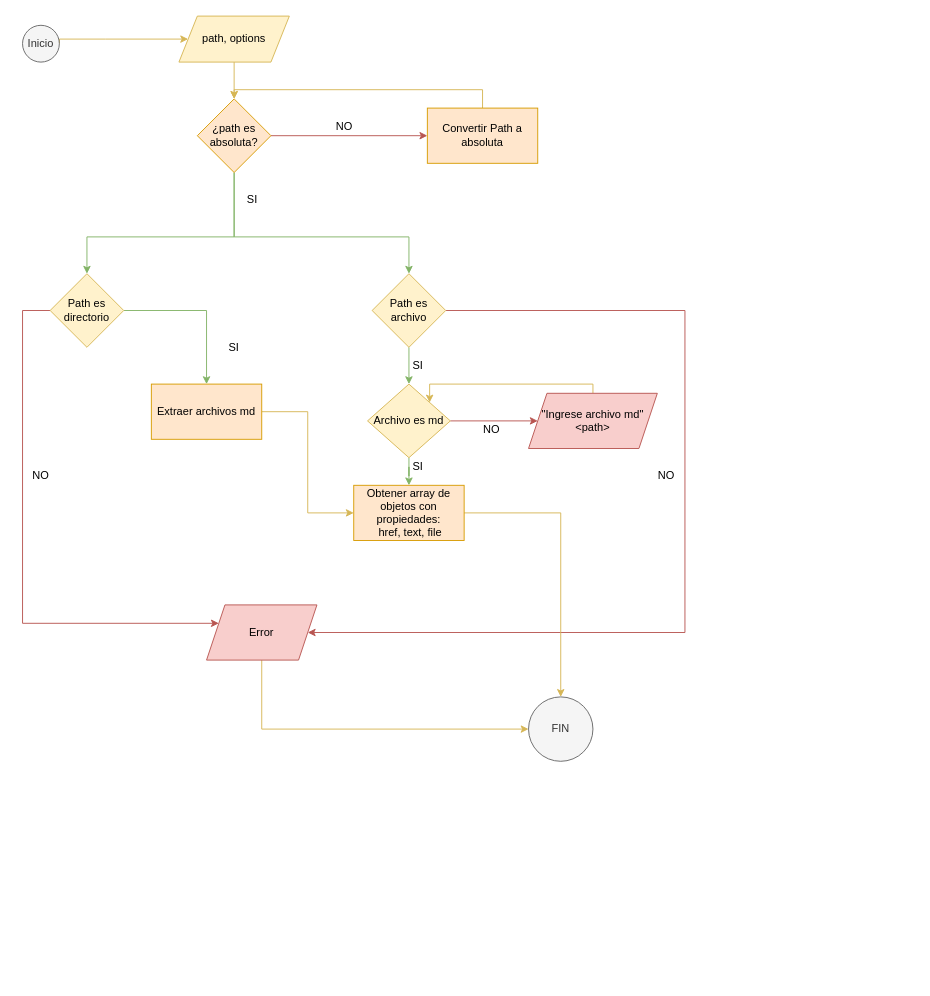
The draw.io diagram Untitled Diagram.drawio in SharonHQ/LIM013-fe-md-links, before the edit. Source tidied: cells renumbered, new cells numbered last; positions are measured from the earlier drawing's top-left corner, leaving out a move shared by most shapes. Both pictures are drawn from the tidied source at 92%, with x=0, y=0 at pixel (22, 16).
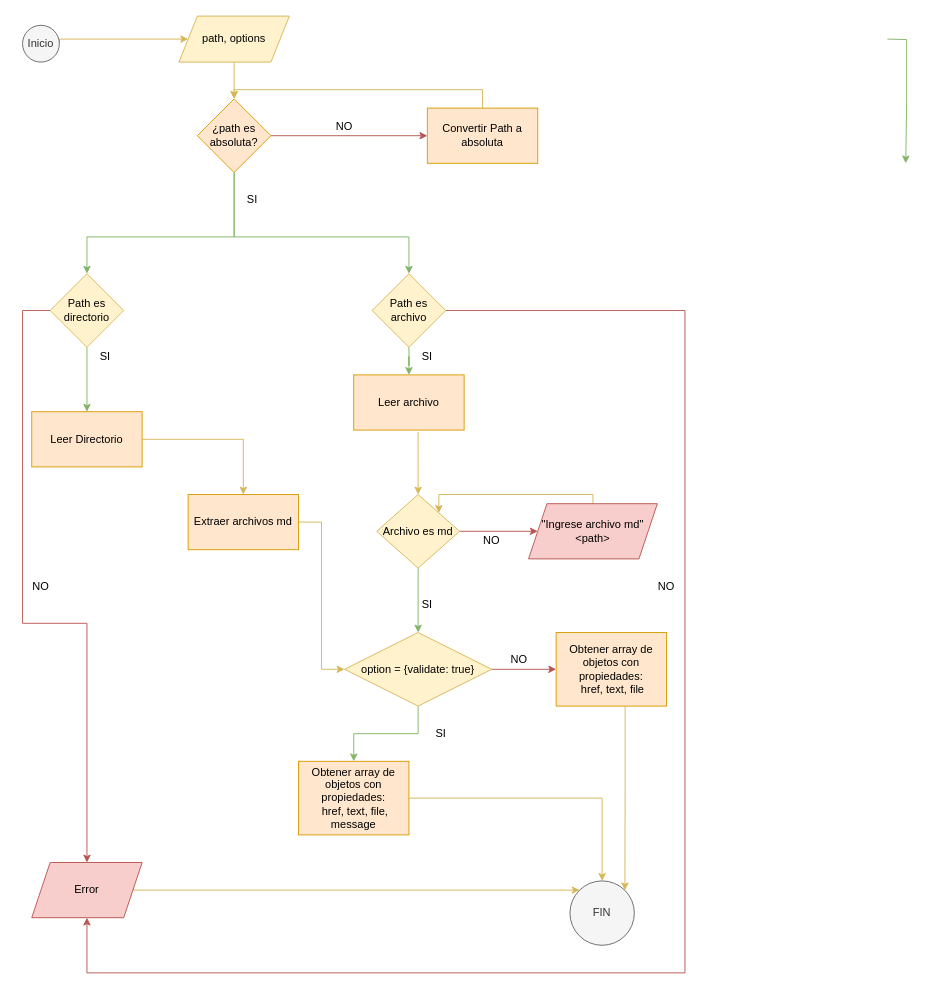
Above is the later version.

The change refers to these unchanged cells:
```xml
<mxCell id="16" value="Path es directorio" style="rhombus;whiteSpace=wrap;html=1;fillColor=#fff2cc;strokeColor=#d6b656;" parent="1" vertex="1">
  <mxGeometry x="30" y="280" width="80" height="80" as="geometry" />
</mxCell>
<mxCell id="19" value="Path es archivo" style="rhombus;whiteSpace=wrap;html=1;fillColor=#fff2cc;strokeColor=#d6b656;" parent="1" vertex="1">
  <mxGeometry x="380" y="280" width="80" height="80" as="geometry" />
</mxCell>
```

Change to the diagram source:
```diff
@@
-    <mxCell id="14" style="edgeStyle=orthogonalEdgeStyle;rounded=0;jettySize=auto;html=1;fillColor=#d5e8d4;strokeColor=#82b366;" parent="1" edge="1" source="16" target="21">
+    <mxCell id="14" style="edgeStyle=orthogonalEdgeStyle;rounded=0;jettySize=auto;html=1;fillColor=#fff2cc;strokeColor=#d6b656;exitX=1;exitY=0.5;exitDx=0;exitDy=0;" parent="1" edge="1" source="40" target="21">
       <mxGeometry relative="1" as="geometry" />
     </mxCell>
-    <mxCell id="15" style="edgeStyle=orthogonalEdgeStyle;rounded=0;jettySize=auto;html=1;exitX=0;exitY=0.5;exitDx=0;exitDy=0;fillColor=#f8cecc;strokeColor=#b85450;" parent="1" edge="1" source="16" target="34">
+    <mxCell id="15" style="edgeStyle=orthogonalEdgeStyle;rounded=0;jettySize=auto;html=1;exitX=0;exitY=0.5;exitDx=0;exitDy=0;fillColor=#f8cecc;strokeColor=#b85450;entryX=0.5;entryY=0;entryDx=0;entryDy=0;" parent="1" edge="1" source="16" target="34">
       <mxGeometry relative="1" as="geometry">
         <Array as="points">
           <mxPoint y="320" />
           <mxPoint y="660" />
+          <mxPoint x="70" y="660" />
         </Array>
       </mxGeometry>
     </mxCell>
+    <mxCell id="38" style="edgeStyle=orthogonalEdgeStyle;rounded=0;jettySize=auto;html=1;fillColor=#d5e8d4;strokeColor=#82b366;" parent="1" edge="1" source="16" target="40">
+      <mxGeometry relative="1" as="geometry" />
+    </mxCell>
@@
-    <mxCell id="17" style="edgeStyle=orthogonalEdgeStyle;rounded=0;jettySize=auto;html=1;entryX=0.5;entryY=0;entryDx=0;entryDy=0;fillColor=#d5e8d4;strokeColor=#82b366;" parent="1" edge="1" source="19" target="24">
+    <mxCell id="17" style="edgeStyle=orthogonalEdgeStyle;rounded=0;jettySize=auto;html=1;entryX=0.5;entryY=0;entryDx=0;entryDy=0;fillColor=#fff2cc;strokeColor=#d6b656;exitX=0.583;exitY=1.033;exitDx=0;exitDy=0;exitPerimeter=0;" parent="1" edge="1" source="41" target="24">
       <mxGeometry relative="1" as="geometry" />
     </mxCell>
-    <mxCell id="18" style="edgeStyle=orthogonalEdgeStyle;rounded=0;jettySize=auto;html=1;entryX=1;entryY=0.5;entryDx=0;entryDy=0;fillColor=#f8cecc;strokeColor=#b85450;" parent="1" edge="1" source="19" target="34">
+    <mxCell id="18" style="edgeStyle=orthogonalEdgeStyle;rounded=0;jettySize=auto;html=1;entryX=0.5;entryY=1;entryDx=0;entryDy=0;fillColor=#f8cecc;strokeColor=#b85450;" parent="1" edge="1" source="19" target="34">
       <mxGeometry relative="1" as="geometry">
         <Array as="points">
           <mxPoint x="720" y="320" />
-          <mxPoint x="720" y="670" />
+          <mxPoint x="720" y="1040" />
+          <mxPoint x="70" y="1040" />
         </Array>
       </mxGeometry>
     </mxCell>
+    <mxCell id="39" style="edgeStyle=orthogonalEdgeStyle;rounded=0;jettySize=auto;html=1;fillColor=#d5e8d4;strokeColor=#82b366;" parent="1" edge="1" source="19" target="41">
+      <mxGeometry relative="1" as="geometry" />
+    </mxCell>
@@
-    <mxCell id="20" style="edgeStyle=orthogonalEdgeStyle;rounded=0;jettySize=auto;html=1;entryX=0;entryY=0.5;entryDx=0;entryDy=0;fillColor=#fff2cc;strokeColor=#d6b656;" parent="1" edge="1" source="21" target="26">
+    <mxCell id="20" style="edgeStyle=orthogonalEdgeStyle;rounded=0;jettySize=auto;html=1;entryX=0;entryY=0.5;entryDx=0;entryDy=0;fillColor=#fff2cc;strokeColor=#d6b656;" parent="1" edge="1" source="21" target="44">
       <mxGeometry relative="1" as="geometry" />
     </mxCell>
     <mxCell id="21" value="Extraer archivos md" style="rounded=0;whiteSpace=wrap;html=1;fillColor=#ffe6cc;strokeColor=#d79b00;" parent="1" vertex="1">
-      <mxGeometry x="140" y="400" width="120" height="60" as="geometry" />
+      <mxGeometry x="180" y="520" width="120" height="60" as="geometry" />
     </mxCell>
-    <mxCell id="22" style="edgeStyle=orthogonalEdgeStyle;rounded=0;jettySize=auto;html=1;fillColor=#d5e8d4;strokeColor=#82b366;" parent="1" edge="1" source="24" target="26">
+    <mxCell id="22" style="edgeStyle=orthogonalEdgeStyle;rounded=0;jettySize=auto;html=1;fillColor=#d5e8d4;strokeColor=#82b366;" parent="1" edge="1" source="44" target="26">
       <mxGeometry relative="1" as="geometry" />
     </mxCell>
@@
     <mxCell id="24" value="Archivo es md" style="rhombus;whiteSpace=wrap;html=1;fillColor=#fff2cc;strokeColor=#d6b656;" parent="1" vertex="1">
-      <mxGeometry x="375" y="400" width="90" height="80" as="geometry" />
+      <mxGeometry x="385" y="520" width="90" height="80" as="geometry" />
     </mxCell>
-    <mxCell id="25" style="edgeStyle=orthogonalEdgeStyle;rounded=0;jettySize=auto;html=1;fillColor=#fff2cc;strokeColor=#d6b656;" parent="1" edge="1" source="26" target="37">
+    <mxCell id="25" style="edgeStyle=orthogonalEdgeStyle;rounded=0;jettySize=auto;html=1;fillColor=#fff2cc;strokeColor=#d6b656;exitX=1;exitY=0.5;exitDx=0;exitDy=0;" parent="1" edge="1" source="26" target="37">
       <mxGeometry relative="1" as="geometry" />
     </mxCell>
-    <mxCell id="26" value="Obtener array de objetos con propiedades:&lt;br&gt;&amp;nbsp;href, text, file" style="rounded=0;whiteSpace=wrap;html=1;fillColor=#ffe6cc;strokeColor=#d79b00;" parent="1" vertex="1">
-      <mxGeometry x="360" y="510" width="120" height="60" as="geometry" />
+    <mxCell id="26" value="Obtener array de objetos con propiedades:&lt;br&gt;&amp;nbsp;href, text, file, message" style="rounded=0;whiteSpace=wrap;html=1;fillColor=#ffe6cc;strokeColor=#d79b00;" parent="1" vertex="1">
+      <mxGeometry x="300" y="810" width="120" height="80" as="geometry" />
     </mxCell>
     <mxCell id="27" value="SI" style="text;html=1;strokeColor=none;fillColor=none;align=center;verticalAlign=middle;whiteSpace=wrap;rounded=0;" parent="1" vertex="1">
-      <mxGeometry x="210" y="350" width="40" height="20" as="geometry" />
+      <mxGeometry x="70" y="360" width="40" height="20" as="geometry" />
     </mxCell>
     <mxCell id="28" value="SI" style="text;html=1;strokeColor=none;fillColor=none;align=center;verticalAlign=middle;whiteSpace=wrap;rounded=0;" parent="1" vertex="1">
-      <mxGeometry x="410" y="370" width="40" height="20" as="geometry" />
+      <mxGeometry x="420" y="360" width="40" height="20" as="geometry" />
     </mxCell>
     <mxCell id="29" value="SI" style="text;html=1;strokeColor=none;fillColor=none;align=center;verticalAlign=middle;whiteSpace=wrap;rounded=0;" parent="1" vertex="1">
-      <mxGeometry x="410" y="480" width="40" height="20" as="geometry" />
+      <mxGeometry x="420" y="630" width="40" height="20" as="geometry" />
     </mxCell>
     <mxCell id="30" style="edgeStyle=orthogonalEdgeStyle;rounded=0;jettySize=auto;html=1;entryX=1;entryY=0;entryDx=0;entryDy=0;exitX=0.5;exitY=0;exitDx=0;exitDy=0;fillColor=#fff2cc;strokeColor=#d6b656;" parent="1" edge="1" source="31" target="24">
       <mxGeometry relative="1" as="geometry">
         <Array as="points">
-          <mxPoint x="620" y="400" />
-          <mxPoint x="443" y="400" />
+          <mxPoint x="620" y="520" />
+          <mxPoint x="453" y="520" />
         </Array>
       </mxGeometry>
     </mxCell>
     <mxCell id="31" value="&quot;Ingrese archivo md&quot;&lt;br&gt;&amp;lt;path&amp;gt;" style="shape=parallelogram;perimeter=parallelogramPerimeter;whiteSpace=wrap;html=1;fixedSize=1;fillColor=#f8cecc;strokeColor=#b85450;" parent="1" vertex="1">
-      <mxGeometry x="550" y="410" width="140" height="60" as="geometry" />
+      <mxGeometry x="550" y="530" width="140" height="60" as="geometry" />
     </mxCell>
     <mxCell id="32" value="NO" style="text;html=1;strokeColor=none;fillColor=none;align=center;verticalAlign=middle;whiteSpace=wrap;rounded=0;" parent="1" vertex="1">
-      <mxGeometry x="490" y="440" width="40" height="20" as="geometry" />
+      <mxGeometry x="490" y="560" width="40" height="20" as="geometry" />
     </mxCell>
-    <mxCell id="33" style="edgeStyle=orthogonalEdgeStyle;rounded=0;jettySize=auto;html=1;fillColor=#fff2cc;strokeColor=#d6b656;" parent="1" edge="1" source="34" target="37">
+    <mxCell id="33" style="edgeStyle=orthogonalEdgeStyle;rounded=0;jettySize=auto;html=1;fillColor=#fff2cc;strokeColor=#d6b656;exitX=1;exitY=0.5;exitDx=0;exitDy=0;" parent="1" edge="1" source="34" target="37">
       <mxGeometry relative="1" as="geometry">
         <Array as="points">
-          <mxPoint x="260" y="775" />
+          <mxPoint x="440" y="950" />
+          <mxPoint x="440" y="950" />
         </Array>
       </mxGeometry>
     </mxCell>
     <mxCell id="34" value="Error" style="shape=parallelogram;perimeter=parallelogramPerimeter;whiteSpace=wrap;html=1;fixedSize=1;fillColor=#f8cecc;strokeColor=#b85450;" parent="1" vertex="1">
-      <mxGeometry x="200" y="640" width="120" height="60" as="geometry" />
+      <mxGeometry x="10" y="920" width="120" height="60" as="geometry" />
     </mxCell>
     <mxCell id="35" value="NO" style="text;html=1;strokeColor=none;fillColor=none;align=center;verticalAlign=middle;whiteSpace=wrap;rounded=0;" parent="1" vertex="1">
-      <mxGeometry y="490" width="40" height="20" as="geometry" />
+      <mxGeometry y="610" width="40" height="20" as="geometry" />
     </mxCell>
     <mxCell id="36" value="NO" style="text;html=1;strokeColor=none;fillColor=none;align=center;verticalAlign=middle;whiteSpace=wrap;rounded=0;" parent="1" vertex="1">
-      <mxGeometry x="680" y="490" width="40" height="20" as="geometry" />
+      <mxGeometry x="680" y="610" width="40" height="20" as="geometry" />
     </mxCell>
     <mxCell id="37" value="FIN" style="ellipse;whiteSpace=wrap;html=1;fillColor=#f5f5f5;strokeColor=#666666;fontColor=#333333;" parent="1" vertex="1">
-      <mxGeometry x="550" y="740" width="70" height="70" as="geometry" />
+      <mxGeometry x="595" y="940" width="70" height="70" as="geometry" />
     </mxCell>
+    <mxCell id="40" value="Leer Directorio" style="rounded=0;whiteSpace=wrap;html=1;fillColor=#ffe6cc;strokeColor=#d79b00;" parent="1" vertex="1">
+      <mxGeometry x="10" y="430" width="120" height="60" as="geometry" />
+    </mxCell>
+    <mxCell id="41" value="Leer archivo" style="rounded=0;whiteSpace=wrap;html=1;fillColor=#ffe6cc;strokeColor=#d79b00;" parent="1" vertex="1">
+      <mxGeometry x="360" y="390" width="120" height="60" as="geometry" />
+    </mxCell>
+    <mxCell id="42" style="edgeStyle=orthogonalEdgeStyle;rounded=0;orthogonalLoop=1;jettySize=auto;html=1;fillColor=#d5e8d4;strokeColor=#82b366;exitX=1;exitY=0.5;exitDx=0;exitDy=0;" parent="1" edge="1">
+      <mxGeometry relative="1" as="geometry">
+        <mxPoint x="940" y="25" as="sourcePoint" />
+        <mxPoint x="960" y="160" as="targetPoint" />
+      </mxGeometry>
+    </mxCell>
+    <mxCell id="43" style="edgeStyle=orthogonalEdgeStyle;rounded=0;jettySize=auto;html=1;fillColor=#f8cecc;strokeColor=#b85450;" parent="1" edge="1" source="44" target="47">
+      <mxGeometry relative="1" as="geometry" />
+    </mxCell>
+    <mxCell id="44" value="option = {validate: true}" style="rhombus;whiteSpace=wrap;html=1;fillColor=#fff2cc;strokeColor=#d6b656;" parent="1" vertex="1">
+      <mxGeometry x="350" y="670" width="160" height="80" as="geometry" />
+    </mxCell>
+    <mxCell id="45" style="edgeStyle=orthogonalEdgeStyle;rounded=0;jettySize=auto;html=1;fillColor=#d5e8d4;strokeColor=#82b366;" parent="1" edge="1" source="24" target="44">
+      <mxGeometry relative="1" as="geometry" />
+    </mxCell>
+    <mxCell id="46" style="edgeStyle=orthogonalEdgeStyle;rounded=0;jettySize=auto;html=1;entryX=1;entryY=0;entryDx=0;entryDy=0;fillColor=#fff2cc;strokeColor=#d6b656;" parent="1" edge="1" source="47" target="37">
+      <mxGeometry relative="1" as="geometry">
+        <Array as="points">
+          <mxPoint x="655" y="840" />
+          <mxPoint x="655" y="840" />
+        </Array>
+      </mxGeometry>
+    </mxCell>
+    <mxCell id="47" value="Obtener array de objetos con propiedades:&lt;br&gt;&amp;nbsp;href, text, file" style="rounded=0;whiteSpace=wrap;html=1;fillColor=#ffe6cc;strokeColor=#d79b00;" parent="1" vertex="1">
+      <mxGeometry x="580" y="670" width="120" height="80" as="geometry" />
+    </mxCell>
+    <mxCell id="48" value="SI" style="text;html=1;strokeColor=none;fillColor=none;align=center;verticalAlign=middle;whiteSpace=wrap;rounded=0;" parent="1" vertex="1">
+      <mxGeometry x="435" y="770" width="40" height="20" as="geometry" />
+    </mxCell>
+    <mxCell id="49" value="NO" style="text;html=1;strokeColor=none;fillColor=none;align=center;verticalAlign=middle;whiteSpace=wrap;rounded=0;" parent="1" vertex="1">
+      <mxGeometry x="520" y="690" width="40" height="20" as="geometry" />
+    </mxCell>
```
